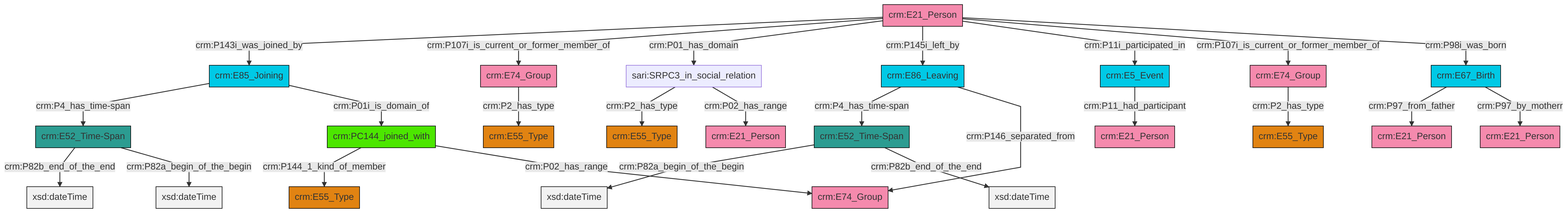
Before: et/personCSV/ttl/mmd/png/Person_Actor_Relations.png, a diagram exported from Mermaid (swiss-art-research-net/reference-data-models). Its source is kept beside it as et/personCSV/ttl/mmd/Person_Actor_Relations.ttl.mmd.
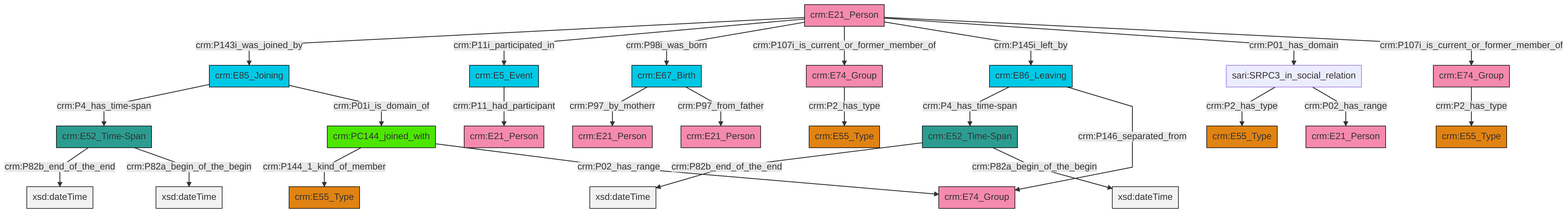
After the change.

Diff of the diagram source:
```diff
@@ -13,27 +13,27 @@
 classDef PC_Classes fill:#4ce600, stroke:#000000;
 classDef Multi fill:#cccccc,stroke:#000000;
 
-2["crm:E86_Leaving"]:::Temporal_Entity -->|crm:P4_has_time-span| 3["crm:E52_Time-Span"]:::Time-Span
-4["crm:E52_Time-Span"]:::Time-Span -->|crm:P82b_end_of_the_end| 5[xsd:dateTime]:::Literal
-9["crm:E67_Birth"]:::Temporal_Entity -->|crm:P97_from_father| 10["crm:E21_Person"]:::Actor
-0["crm:E21_Person"]:::Actor -->|crm:P143i_was_joined_by| 11["crm:E85_Joining"]:::Temporal_Entity
-15["crm:PC144_joined_with"]:::PC_Classes -->|crm:P144_1_kind_of_member| 6["crm:E55_Type"]:::Type
-0["crm:E21_Person"]:::Actor -->|crm:P107i_is_current_or_former_member_of| 13["crm:E74_Group"]:::Actor
-22["sari:SRPC3_in_social_relation"]:::Default -->|crm:P2_has_type| 23["crm:E55_Type"]:::Type
-4["crm:E52_Time-Span"]:::Time-Span -->|crm:P82a_begin_of_the_begin| 27[xsd:dateTime]:::Literal
-11["crm:E85_Joining"]:::Temporal_Entity -->|crm:P4_has_time-span| 4["crm:E52_Time-Span"]:::Time-Span
-0["crm:E21_Person"]:::Actor -->|crm:P01_has_domain| 22["sari:SRPC3_in_social_relation"]:::Default
-0["crm:E21_Person"]:::Actor -->|crm:P145i_left_by| 2["crm:E86_Leaving"]:::Temporal_Entity
-0["crm:E21_Person"]:::Actor -->|crm:P11i_participated_in| 35["crm:E5_Event"]:::Temporal_Entity
-0["crm:E21_Person"]:::Actor -->|crm:P107i_is_current_or_former_member_of| 32["crm:E74_Group"]:::Actor
-3["crm:E52_Time-Span"]:::Time-Span -->|crm:P82a_begin_of_the_begin| 37[xsd:dateTime]:::Literal
-11["crm:E85_Joining"]:::Temporal_Entity -->|crm:P01i_is_domain_of| 15["crm:PC144_joined_with"]:::PC_Classes
-22["sari:SRPC3_in_social_relation"]:::Default -->|crm:P02_has_range| 39["crm:E21_Person"]:::Actor
-15["crm:PC144_joined_with"]:::PC_Classes -->|crm:P02_has_range| 30["crm:E74_Group"]:::Actor
-2["crm:E86_Leaving"]:::Temporal_Entity -->|crm:P146_separated_from| 30["crm:E74_Group"]:::Actor
-35["crm:E5_Event"]:::Temporal_Entity -->|crm:P11_had_participant| 25["crm:E21_Person"]:::Actor
-13["crm:E74_Group"]:::Actor -->|crm:P2_has_type| 20["crm:E55_Type"]:::Type
-0["crm:E21_Person"]:::Actor -->|crm:P98i_was_born| 9["crm:E67_Birth"]:::Temporal_Entity
-9["crm:E67_Birth"]:::Temporal_Entity -->|crm:P97_by_motherr| 16["crm:E21_Person"]:::Actor
-3["crm:E52_Time-Span"]:::Time-Span -->|crm:P82b_end_of_the_end| 45[xsd:dateTime]:::Literal
-32["crm:E74_Group"]:::Actor -->|crm:P2_has_type| 18["crm:E55_Type"]:::Type
+4["crm:E5_Event"]:::Temporal_Entity -->|crm:P11_had_participant| 5["crm:E21_Person"]:::Actor
+6["crm:E52_Time-Span"]:::Time-Span -->|crm:P82b_end_of_the_end| 7[xsd:dateTime]:::Literal
+8["crm:E21_Person"]:::Actor -->|crm:P143i_was_joined_by| 9["crm:E85_Joining"]:::Temporal_Entity
+10["sari:SRPC3_in_social_relation"]:::Default -->|crm:P2_has_type| 0["crm:E55_Type"]:::Type
+15["crm:E74_Group"]:::Actor -->|crm:P2_has_type| 16["crm:E55_Type"]:::Type
+24["crm:PC144_joined_with"]:::PC_Classes -->|crm:P144_1_kind_of_member| 17["crm:E55_Type"]:::Type
+8["crm:E21_Person"]:::Actor -->|crm:P11i_participated_in| 4["crm:E5_Event"]:::Temporal_Entity
+8["crm:E21_Person"]:::Actor -->|crm:P98i_was_born| 2["crm:E67_Birth"]:::Temporal_Entity
+2["crm:E67_Birth"]:::Temporal_Entity -->|crm:P97_by_motherr| 27["crm:E21_Person"]:::Actor
+13["crm:E86_Leaving"]:::Temporal_Entity -->|crm:P4_has_time-span| 6["crm:E52_Time-Span"]:::Time-Span
+9["crm:E85_Joining"]:::Temporal_Entity -->|crm:P4_has_time-span| 29["crm:E52_Time-Span"]:::Time-Span
+9["crm:E85_Joining"]:::Temporal_Entity -->|crm:P01i_is_domain_of| 24["crm:PC144_joined_with"]:::PC_Classes
+29["crm:E52_Time-Span"]:::Time-Span -->|crm:P82b_end_of_the_end| 33[xsd:dateTime]:::Literal
+25["crm:E74_Group"]:::Actor -->|crm:P2_has_type| 21["crm:E55_Type"]:::Type
+8["crm:E21_Person"]:::Actor -->|crm:P107i_is_current_or_former_member_of| 25["crm:E74_Group"]:::Actor
+8["crm:E21_Person"]:::Actor -->|crm:P145i_left_by| 13["crm:E86_Leaving"]:::Temporal_Entity
+29["crm:E52_Time-Span"]:::Time-Span -->|crm:P82a_begin_of_the_begin| 38[xsd:dateTime]:::Literal
+24["crm:PC144_joined_with"]:::PC_Classes -->|crm:P02_has_range| 19["crm:E74_Group"]:::Actor
+6["crm:E52_Time-Span"]:::Time-Span -->|crm:P82a_begin_of_the_begin| 41[xsd:dateTime]:::Literal
+8["crm:E21_Person"]:::Actor -->|crm:P01_has_domain| 10["sari:SRPC3_in_social_relation"]:::Default
+2["crm:E67_Birth"]:::Temporal_Entity -->|crm:P97_from_father| 39["crm:E21_Person"]:::Actor
+8["crm:E21_Person"]:::Actor -->|crm:P107i_is_current_or_former_member_of| 15["crm:E74_Group"]:::Actor
+13["crm:E86_Leaving"]:::Temporal_Entity -->|crm:P146_separated_from| 19["crm:E74_Group"]:::Actor
+10["sari:SRPC3_in_social_relation"]:::Default -->|crm:P02_has_range| 30["crm:E21_Person"]:::Actor
```
